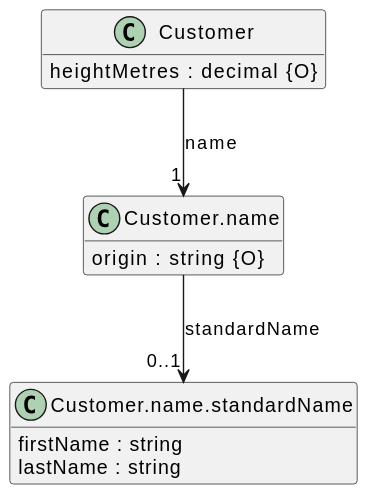
davidmoten/openapi-to-plantuml keeps this PlantUML diagram as src/docs/tests/anon-nested-class-level.puml.svg. Above is the earlier version.
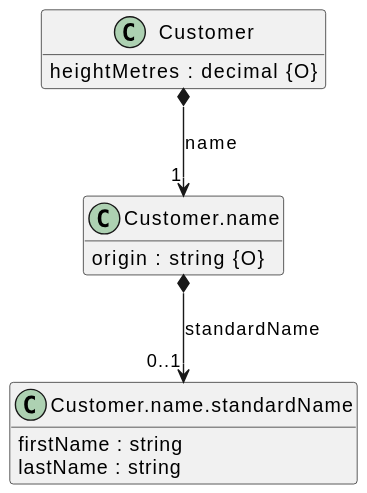
After the commit.

Change to the diagram source:
```diff
@@ -19,8 +19,7 @@
   {field} heightMetres : decimal {O}
 }
 
-"Customer.name" --> "0..1" "Customer.name.standardName"  :  "standardName"
+"Customer.name" *--> "0..1" "Customer.name.standardName"  :  "standardName"
 
-"Customer" --> "1" "Customer.name"  :  "name"
-
+"Customer" *--> "1" "Customer.name"  :  "name"
 @enduml
```
